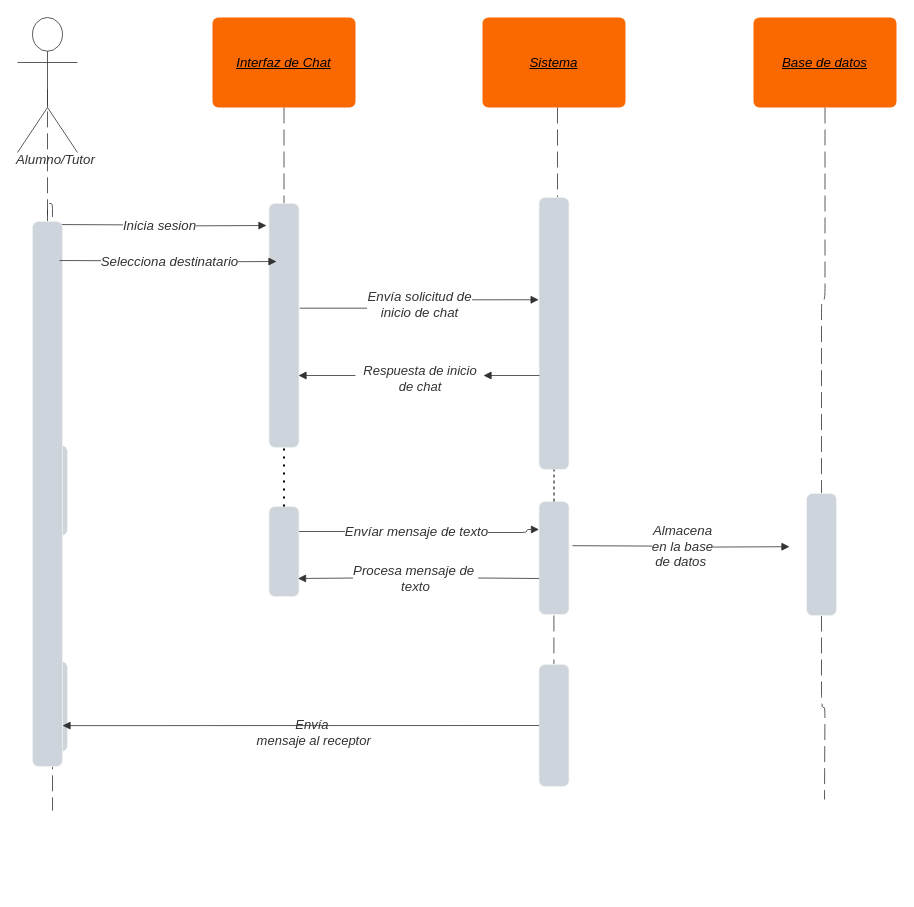
Before: chat de texto.drawio in LP3kmikristian/TP_ARCE_DOREGO, a draw.io diagram. Source tidied: cells renumbered, new cells numbered last; positions are measured from the earlier drawing's top-left corner, leaving out a move shared by most shapes. Both pictures are drawn from the tidied source at 100%, with x=0, y=0 at pixel (17, 17).
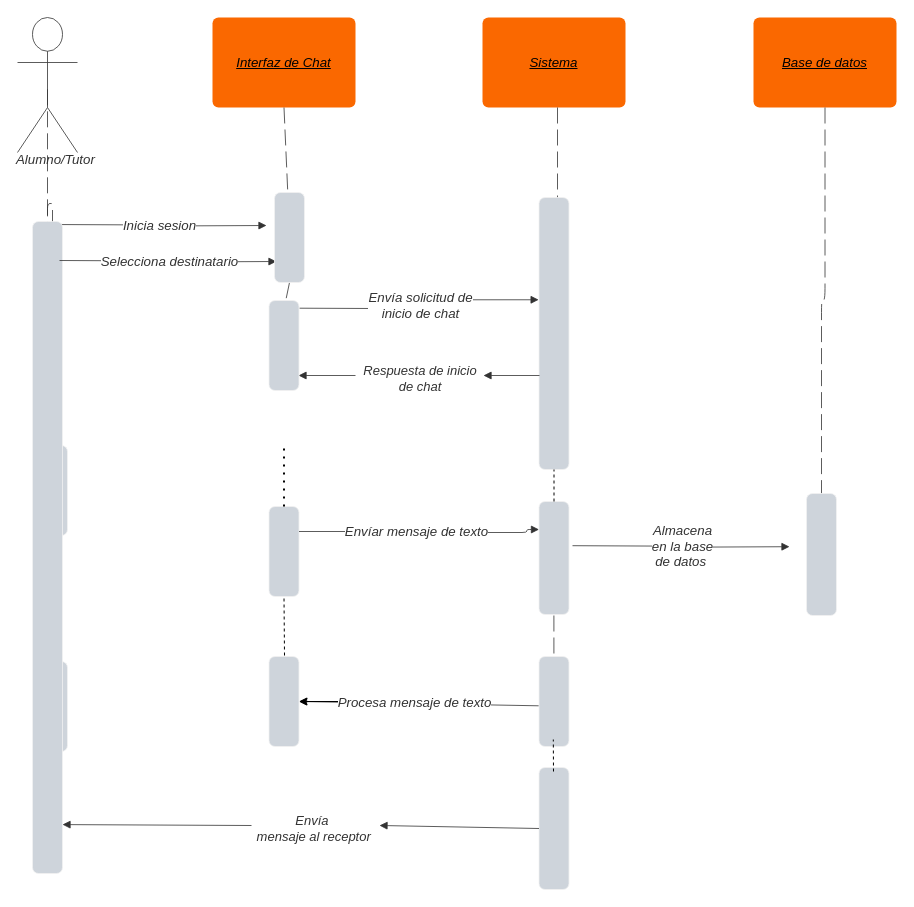
After the change.

Unchanged cells that the change refers to:
```xml
<mxCell id="4" value="Interfaz de Chat" style="html=1;overflow=block;blockSpacing=1;whiteSpace=wrap;fontSize=13.3;fontColor=#000000;fontStyle=6;align=center;spacing=0;strokeOpacity=0;fillOpacity=100;rounded=1;absoluteArcSize=1;arcSize=12;fillColor=#fa6800;strokeWidth=0.8;strokeColor=#C73500;" parent="1" vertex="1">
  <mxGeometry x="195" width="143" height="90" as="geometry" />
</mxCell>
<mxCell id="22" style="points=[[1.013,0.586,0]];html=1;overflow=block;blockSpacing=1;whiteSpace=wrap;fontSize=13;spacing=0;strokeColor=#f2f2f2;strokeOpacity=100;fillOpacity=100;rounded=1;absoluteArcSize=1;arcSize=12;fillColor=#ced4db;strokeWidth=0.8;lucidId=Yu5MsRc69goB;" parent="1" vertex="1">
  <mxGeometry x="521.5" y="180" width="30" height="272" as="geometry" />
</mxCell>
<mxCell id="28" style="html=1;overflow=block;blockSpacing=1;whiteSpace=wrap;fontSize=13;spacing=0;strokeColor=#f2f2f2;strokeOpacity=100;fillOpacity=100;rounded=1;absoluteArcSize=1;arcSize=12;fillColor=#ced4db;strokeWidth=0.8;lucidId=Yu5MydJHa4al;" parent="1" vertex="1">
  <mxGeometry x="251.5" y="489" width="30" height="90" as="geometry" />
</mxCell>
<mxCell id="33" style="html=1;overflow=block;blockSpacing=1;whiteSpace=wrap;fontSize=13;spacing=0;strokeColor=#f2f2f2;strokeOpacity=100;fillOpacity=100;rounded=1;absoluteArcSize=1;arcSize=12;fillColor=#ced4db;strokeWidth=0.8;lucidId=Yu5MydJHa4al;" parent="1" vertex="1">
  <mxGeometry x="789" y="476" width="30" height="122" as="geometry" />
</mxCell>
```

What changed in the source:
```diff
@@
-    <mxCell id="3" style="html=1;jettySize=18;whiteSpace=wrap;fontSize=13;fontFamily=helvetica;strokeColor=#333333;strokeOpacity=100;dashed=1;fixDash=1;dashPattern=16 6;strokeWidth=0.8;rounded=1;arcSize=24;edgeStyle=orthogonalEdgeStyle;startArrow=none;endArrow=none;exitX=0.5;exitY=1;exitPerimeter=0;lucidId=Yu5M5Qxgzhy9;" parent="1" edge="1" source="33">
-      <mxGeometry relative="1" as="geometry">
-        <mxPoint x="807" y="782" as="targetPoint" />
-      </mxGeometry>
-    </mxCell>
@@
-    <mxCell id="11" style="html=1;jettySize=18;whiteSpace=wrap;fontSize=13;strokeColor=#333333;strokeOpacity=100;strokeWidth=0.8;rounded=1;arcSize=10;edgeStyle=orthogonalEdgeStyle;startArrow=none;endArrow=block;endFill=1;exitX=1.012;exitY=0.429;exitPerimeter=0;entryX=-0.012;entryY=0.376;entryPerimeter=0;lucidId=Yu5M8hheeUyh;" parent="1" edge="1" source="18" target="22">
-      <mxGeometry relative="1" as="geometry" />
+    <mxCell id="11" style="html=1;jettySize=18;whiteSpace=wrap;fontSize=13;strokeColor=#333333;strokeOpacity=100;strokeWidth=0.8;rounded=1;arcSize=10;edgeStyle=orthogonalEdgeStyle;startArrow=none;endArrow=block;endFill=1;exitX=1.012;exitY=0.429;exitPerimeter=0;entryX=-0.012;entryY=0.376;entryPerimeter=0;lucidId=Yu5M8hheeUyh;" parent="1" edge="1" target="22">
+      <mxGeometry relative="1" as="geometry">
+        <mxPoint x="281.9" y="290.7" as="sourcePoint" />
+      </mxGeometry>
     </mxCell>
@@
-    <mxCell id="17" style="html=1;jettySize=18;whiteSpace=wrap;fontSize=13;fontFamily=helvetica;strokeColor=#333333;strokeOpacity=100;dashed=1;fixDash=1;dashPattern=16 6;strokeWidth=0.8;rounded=0;startArrow=none;endArrow=none;exitX=0.5;exitY=1;exitPerimeter=0;entryX=0.5;entryY=0.432;entryPerimeter=0;lucidId=Yu5M4GIAFP0a;" parent="1" edge="1" source="4" target="18">
-      <mxGeometry relative="1" as="geometry" />
+    <mxCell id="17" style="html=1;jettySize=18;whiteSpace=wrap;fontSize=13;fontFamily=helvetica;strokeColor=#333333;strokeOpacity=100;dashed=1;fixDash=1;dashPattern=16 6;strokeWidth=0.8;rounded=0;startArrow=none;endArrow=none;exitX=0.5;exitY=1;exitPerimeter=0;entryX=0.5;entryY=0.432;entryPerimeter=0;lucidId=Yu5M4GIAFP0a;" parent="1" edge="1" source="45">
+      <mxGeometry relative="1" as="geometry">
+        <mxPoint x="266.5" y="291.4" as="targetPoint" />
+      </mxGeometry>
     </mxCell>
-    <mxCell id="18" style="html=1;overflow=block;blockSpacing=1;whiteSpace=wrap;fontSize=13;spacing=0;strokeColor=#f2f2f2;strokeOpacity=100;fillOpacity=100;rounded=1;absoluteArcSize=1;arcSize=12;fillColor=#ced4db;strokeWidth=0.8;lucidId=Yu5MhR-oMSno;" parent="1" vertex="1">
-      <mxGeometry x="251.5" y="186" width="30" height="244" as="geometry" />
-    </mxCell>
@@
     <mxCell id="20" style="html=1;overflow=block;blockSpacing=1;whiteSpace=wrap;fontSize=13;spacing=0;strokeColor=#f2f2f2;strokeOpacity=100;fillOpacity=100;rounded=1;absoluteArcSize=1;arcSize=12;fillColor=#ced4db;strokeWidth=0.8;lucidId=Yu5MhR-oMSno;" parent="1" vertex="1">
-      <mxGeometry x="15" y="204" width="30" height="545" as="geometry" />
+      <mxGeometry x="15" y="204" width="30" height="652" as="geometry" />
     </mxCell>
@@
-    <mxCell id="36" style="html=1;jettySize=18;whiteSpace=wrap;fontSize=13;fontFamily=helvetica;strokeColor=#333333;strokeOpacity=100;strokeWidth=0.8;rounded=0;startArrow=none;endArrow=block;endFill=1;exitX=0;exitY=0.5;entryX=1;entryY=0.5;lucidId=Yu5MB3FtIlV_;exitDx=0;exitDy=0;entryDx=0;entryDy=0;" parent="1" edge="1" source="43">
-      <mxGeometry relative="1" as="geometry">
-        <mxPoint x="280.5" y="561" as="targetPoint" />
-      </mxGeometry>
-    </mxCell>
-    <mxCell id="37" value="&lt;div style=&quot;text-align: center;&quot;&gt;&lt;span style=&quot;background-color: initial; font-size: 13px;&quot;&gt;&lt;font color=&quot;#333333&quot;&gt;&lt;i&gt;Envía&lt;/i&gt;&lt;/font&gt;&lt;/span&gt;&lt;/div&gt;&lt;div style=&quot;text-align: center;&quot;&gt;&lt;font color=&quot;#333333&quot;&gt;&lt;span style=&quot;font-size: 13px; background-color: rgb(255, 255, 255);&quot;&gt;&lt;i&gt;&amp;nbsp;mensaje al receptor&lt;/i&gt;&lt;/span&gt;&lt;/font&gt;&lt;/div&gt;" style="text;whiteSpace=wrap;html=1;" parent="1" vertex="1">
-      <mxGeometry x="234" y="693" width="128" height="38" as="geometry" />
-    </mxCell>
     <mxCell id="38" style="html=1;overflow=block;blockSpacing=1;whiteSpace=wrap;fontSize=13;spacing=0;strokeColor=#f2f2f2;strokeOpacity=100;fillOpacity=100;rounded=1;absoluteArcSize=1;arcSize=12;fillColor=#ced4db;strokeWidth=0.8;lucidId=Yu5MydJHa4al;" parent="1" vertex="1">
-      <mxGeometry x="521.5" y="647" width="30" height="122" as="geometry" />
+      <mxGeometry x="521.5" y="750" width="30" height="122" as="geometry" />
     </mxCell>
-    <mxCell id="39" style="html=1;jettySize=18;whiteSpace=wrap;fontSize=13;fontFamily=helvetica;strokeColor=#333333;strokeOpacity=100;strokeWidth=0.8;rounded=0;startArrow=none;endArrow=block;endFill=1;exitX=0;exitY=0.5;entryX=1;entryY=0.925;lucidId=Yu5MB3FtIlV_;exitDx=0;exitDy=0;entryDx=0;entryDy=0;entryPerimeter=0;" parent="1" edge="1" source="38" target="20">
+    <mxCell id="39" style="html=1;jettySize=18;whiteSpace=wrap;fontSize=13;fontFamily=helvetica;strokeColor=#333333;strokeOpacity=100;strokeWidth=0.8;rounded=0;startArrow=none;endArrow=block;endFill=1;exitX=0;exitY=0.5;entryX=1;entryY=0.925;lucidId=Yu5MB3FtIlV_;exitDx=0;exitDy=0;entryDx=0;entryDy=0;entryPerimeter=0;" parent="1" edge="1" source="37" target="20">
       <mxGeometry relative="1" as="geometry" />
     </mxCell>
-    <mxCell id="40" style="endArrow=none;dashed=1;html=1;dashPattern=1 3;strokeWidth=2;rounded=0;entryX=0.5;entryY=1;entryDx=0;entryDy=0;exitX=0.5;exitY=0;exitDx=0;exitDy=0;" parent="1" edge="1" source="28" target="18">
-      <mxGeometry relative="1" as="geometry" />
+    <mxCell id="40" style="endArrow=none;dashed=1;html=1;dashPattern=1 3;strokeWidth=2;rounded=0;entryX=0.5;entryY=1;entryDx=0;entryDy=0;exitX=0.5;exitY=0;exitDx=0;exitDy=0;" parent="1" edge="1" source="28">
+      <mxGeometry relative="1" as="geometry">
+        <mxPoint x="266.5" y="430" as="targetPoint" />
+      </mxGeometry>
     </mxCell>
@@
-    <mxCell id="42" style="html=1;jettySize=18;whiteSpace=wrap;fontSize=13;fontFamily=helvetica;strokeColor=#333333;strokeOpacity=100;strokeWidth=0.8;rounded=0;startArrow=none;endArrow=block;endFill=1;exitX=0;exitY=0.5;entryX=1;entryY=0.5;lucidId=Yu5MB3FtIlV_;exitDx=0;exitDy=0;entryDx=0;entryDy=0;" parent="1" edge="1" target="43">
-      <mxGeometry relative="1" as="geometry">
-        <mxPoint x="521.5" y="561" as="sourcePoint" />
-      </mxGeometry>
-    </mxCell>
+    <mxCell id="44" style="html=1;jettySize=18;whiteSpace=wrap;fontSize=13;fontFamily=helvetica;strokeColor=#333333;strokeOpacity=100;dashed=1;fixDash=1;dashPattern=16 6;strokeWidth=0.8;rounded=0;startArrow=none;endArrow=none;exitX=0.5;exitY=1;exitPerimeter=0;entryX=0.5;entryY=0.432;entryPerimeter=0;lucidId=Yu5M4GIAFP0a;" parent="1" edge="1" source="4" target="45">
+      <mxGeometry relative="1" as="geometry" />
+    </mxCell>
+    <mxCell id="45" style="html=1;overflow=block;blockSpacing=1;whiteSpace=wrap;fontSize=13;spacing=0;strokeColor=#f2f2f2;strokeOpacity=100;fillOpacity=100;rounded=1;absoluteArcSize=1;arcSize=12;fillColor=#ced4db;strokeWidth=0.8;lucidId=Yu5MydJHa4al;" parent="1" vertex="1">
+      <mxGeometry x="257" y="175" width="30" height="90" as="geometry" />
+    </mxCell>
+    <mxCell id="46" style="html=1;overflow=block;blockSpacing=1;whiteSpace=wrap;fontSize=13;spacing=0;strokeColor=#f2f2f2;strokeOpacity=100;fillOpacity=100;rounded=1;absoluteArcSize=1;arcSize=12;fillColor=#ced4db;strokeWidth=0.8;lucidId=Yu5MydJHa4al;" parent="1" vertex="1">
+      <mxGeometry x="251.5" y="283" width="30" height="90" as="geometry" />
+    </mxCell>
+    <mxCell id="47" style="html=1;jettySize=18;whiteSpace=wrap;fontSize=13;fontFamily=helvetica;strokeColor=#333333;strokeOpacity=100;strokeWidth=0.8;rounded=0;startArrow=none;endArrow=block;endFill=1;exitX=0;exitY=0.5;entryX=1;entryY=0.5;lucidId=Yu5MB3FtIlV_;exitDx=0;exitDy=0;entryDx=0;entryDy=0;" parent="1" edge="1" target="49">
+      <mxGeometry relative="1" as="geometry">
+        <mxPoint x="521.5" y="688.3" as="sourcePoint" />
+      </mxGeometry>
+    </mxCell>
+    <mxCell id="48" style="html=1;jettySize=18;whiteSpace=wrap;fontSize=13;fontFamily=helvetica;strokeColor=#333333;strokeOpacity=100;strokeWidth=0.8;rounded=0;startArrow=none;endArrow=block;endFill=1;exitX=0;exitY=0.5;entryX=1;entryY=0.5;lucidId=Yu5MB3FtIlV_;exitDx=0;exitDy=0;entryDx=0;entryDy=0;" parent="1" edge="1" source="38" target="37">
+      <mxGeometry relative="1" as="geometry" />
+    </mxCell>
+    <mxCell id="37" value="&lt;div style=&quot;text-align: center;&quot;&gt;&lt;span style=&quot;background-color: initial; font-size: 13px;&quot;&gt;&lt;font color=&quot;#333333&quot;&gt;&lt;i&gt;Envía&lt;/i&gt;&lt;/font&gt;&lt;/span&gt;&lt;/div&gt;&lt;div style=&quot;text-align: center;&quot;&gt;&lt;font color=&quot;#333333&quot;&gt;&lt;span style=&quot;font-size: 13px; background-color: rgb(255, 255, 255);&quot;&gt;&lt;i&gt;&amp;nbsp;mensaje al receptor&lt;/i&gt;&lt;/span&gt;&lt;/font&gt;&lt;/div&gt;" style="text;whiteSpace=wrap;html=1;" parent="1" vertex="1">
+      <mxGeometry x="234" y="789" width="128" height="38" as="geometry" />
+    </mxCell>
+    <mxCell id="49" style="html=1;overflow=block;blockSpacing=1;whiteSpace=wrap;fontSize=13;spacing=0;strokeColor=#f2f2f2;strokeOpacity=100;fillOpacity=100;rounded=1;absoluteArcSize=1;arcSize=12;fillColor=#ced4db;strokeWidth=0.8;lucidId=Yu5MydJHa4al;" parent="1" vertex="1">
+      <mxGeometry x="251.5" y="639" width="30" height="90" as="geometry" />
+    </mxCell>
+    <mxCell id="50" style="html=1;overflow=block;blockSpacing=1;whiteSpace=wrap;fontSize=13;spacing=0;strokeColor=#f2f2f2;strokeOpacity=100;fillOpacity=100;rounded=1;absoluteArcSize=1;arcSize=12;fillColor=#ced4db;strokeWidth=0.8;lucidId=Yu5MydJHa4al;" parent="1" vertex="1">
+      <mxGeometry x="521.5" y="639" width="30" height="90" as="geometry" />
+    </mxCell>
+    <mxCell id="51" style="edgeStyle=orthogonalEdgeStyle;rounded=0;jettySize=auto;html=1;" parent="1" edge="1" source="43" target="49">
+      <mxGeometry relative="1" as="geometry" />
+    </mxCell>
-    <mxCell id="43" value="Procesa mensaje de&amp;nbsp;&lt;br&gt;texto" style="text;html=1;labelBackgroundColor=default;align=center;verticalAlign=middle;fontStyle=2;fontColor=#333333;fontSize=13.3;" parent="1" vertex="1">
-      <mxGeometry x="397" y="560" as="geometry" />
+    <mxCell id="43" value="Procesa mensaje de texto" style="text;html=1;labelBackgroundColor=default;align=center;verticalAlign=middle;fontStyle=2;fontColor=#333333;fontSize=13.3;" parent="1" vertex="1">
+      <mxGeometry x="396" y="684" as="geometry" />
     </mxCell>
+    <mxCell id="52" style="endArrow=none;dashed=1;html=1;rounded=0;entryX=0.5;entryY=1;entryDx=0;entryDy=0;" parent="1" edge="1" target="28">
+      <mxGeometry relative="1" as="geometry">
+        <mxPoint x="267" y="638" as="sourcePoint" />
+      </mxGeometry>
+    </mxCell>
+    <mxCell id="53" style="endArrow=none;dashed=1;html=1;rounded=0;entryX=0.5;entryY=1;entryDx=0;entryDy=0;" parent="1" edge="1">
+      <mxGeometry relative="1" as="geometry">
+        <mxPoint x="536" y="754" as="sourcePoint" />
+        <mxPoint x="535.8" y="722" as="targetPoint" />
+      </mxGeometry>
+    </mxCell>
```
